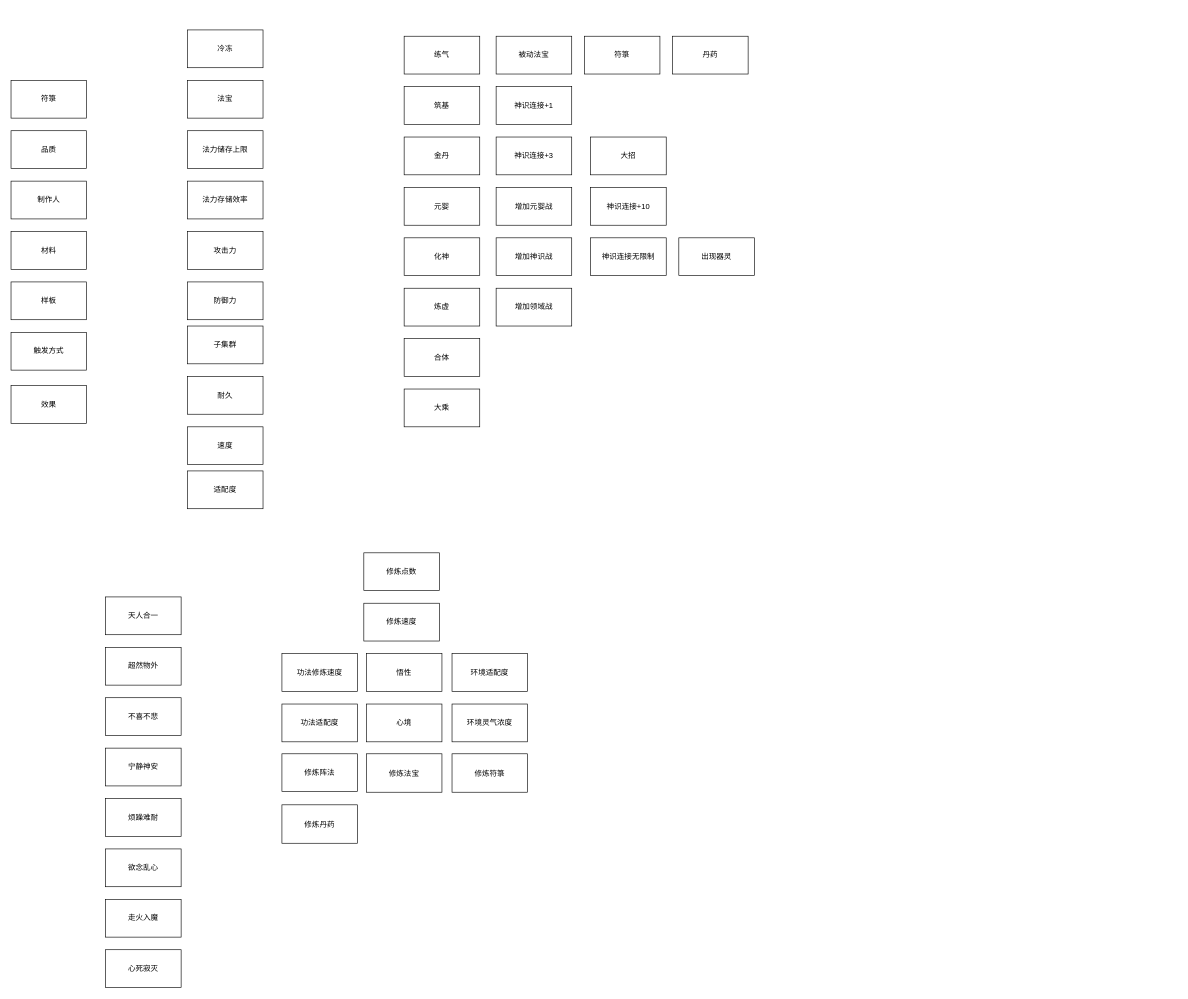
Above: page "境界、法宝属性" (5 of 7) of 流程图/蟋蟀玩法分析.drawio in Karmel5950/NoteBook (draw.io), before the change. Source tidied: cells renumbered, new cells numbered last; positions are measured from the earlier drawing's top-left corner, leaving out a move shared by most shapes. Both pictures are drawn from the tidied source at 63%, with x=0, y=0 at pixel (11, 30).
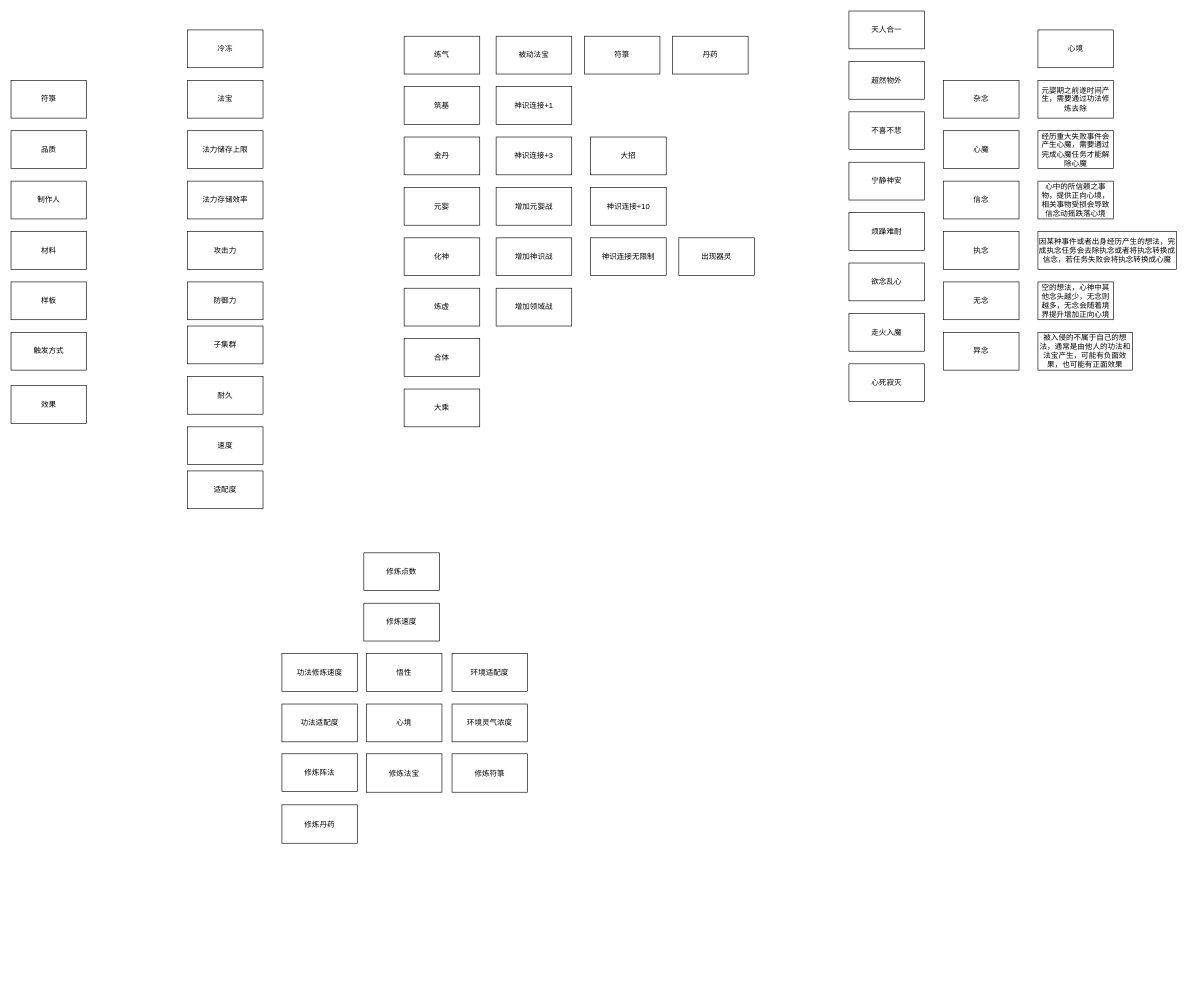
The same page after the edit.

The edit, as a diff of the source:
```diff
@@
     <mxCell id="51" value="天人合一" style="rounded=0;whiteSpace=wrap;html=1;" parent="1" vertex="1">
-      <mxGeometry x="150" y="900" width="120" height="60" as="geometry" />
+      <mxGeometry x="1330" y="-30" width="120" height="60" as="geometry" />
     </mxCell>
     <mxCell id="52" value="超然物外" style="rounded=0;whiteSpace=wrap;html=1;" parent="1" vertex="1">
-      <mxGeometry x="150" y="980" width="120" height="60" as="geometry" />
+      <mxGeometry x="1330" y="50" width="120" height="60" as="geometry" />
     </mxCell>
     <mxCell id="53" value="不喜不悲" style="rounded=0;whiteSpace=wrap;html=1;" parent="1" vertex="1">
-      <mxGeometry x="150" y="1060" width="120" height="60" as="geometry" />
+      <mxGeometry x="1330" y="130" width="120" height="60" as="geometry" />
     </mxCell>
     <mxCell id="54" value="宁静神安" style="rounded=0;whiteSpace=wrap;html=1;" parent="1" vertex="1">
-      <mxGeometry x="150" y="1140" width="120" height="60" as="geometry" />
+      <mxGeometry x="1330" y="210" width="120" height="60" as="geometry" />
     </mxCell>
     <mxCell id="55" value="走火入魔" style="rounded=0;whiteSpace=wrap;html=1;" parent="1" vertex="1">
-      <mxGeometry x="150" y="1380" width="120" height="60" as="geometry" />
+      <mxGeometry x="1330" y="450" width="120" height="60" as="geometry" />
     </mxCell>
     <mxCell id="56" value="烦躁难耐" style="rounded=0;whiteSpace=wrap;html=1;" parent="1" vertex="1">
-      <mxGeometry x="150" y="1220" width="120" height="60" as="geometry" />
+      <mxGeometry x="1330" y="290" width="120" height="60" as="geometry" />
     </mxCell>
     <mxCell id="57" value="欲念乱心" style="rounded=0;whiteSpace=wrap;html=1;" parent="1" vertex="1">
-      <mxGeometry x="150" y="1300" width="120" height="60" as="geometry" />
+      <mxGeometry x="1330" y="370" width="120" height="60" as="geometry" />
     </mxCell>
     <mxCell id="58" value="心死寂灭" style="rounded=0;whiteSpace=wrap;html=1;" parent="1" vertex="1">
-      <mxGeometry x="150" y="1460" width="120" height="60" as="geometry" />
+      <mxGeometry x="1330" y="530" width="120" height="60" as="geometry" />
     </mxCell>
+    <mxCell id="59" value="心境" style="rounded=0;whiteSpace=wrap;html=1;" parent="1" vertex="1">
+      <mxGeometry x="1630" width="120" height="60" as="geometry" />
+    </mxCell>
+    <mxCell id="60" value="杂念" style="rounded=0;whiteSpace=wrap;html=1;" parent="1" vertex="1">
+      <mxGeometry x="1480" y="80" width="120" height="60" as="geometry" />
+    </mxCell>
+    <mxCell id="61" value="执念" style="rounded=0;whiteSpace=wrap;html=1;" parent="1" vertex="1">
+      <mxGeometry x="1480" y="320" width="120" height="60" as="geometry" />
+    </mxCell>
+    <mxCell id="62" value="心魔" style="rounded=0;whiteSpace=wrap;html=1;" parent="1" vertex="1">
+      <mxGeometry x="1480" y="160" width="120" height="60" as="geometry" />
+    </mxCell>
+    <mxCell id="63" value="信念" style="rounded=0;whiteSpace=wrap;html=1;" parent="1" vertex="1">
+      <mxGeometry x="1480" y="240" width="120" height="60" as="geometry" />
+    </mxCell>
+    <mxCell id="64" value="元婴期之前遂时间产生，需要通过功法修炼去除" style="rounded=0;whiteSpace=wrap;html=1;" parent="1" vertex="1">
+      <mxGeometry x="1630" y="80" width="120" height="60" as="geometry" />
+    </mxCell>
+    <mxCell id="65" value="经历重大失败事件会产生心魔，需要通过完成心魔任务才能解除心魔" style="rounded=0;whiteSpace=wrap;html=1;" parent="1" vertex="1">
+      <mxGeometry x="1630" y="160" width="120" height="60" as="geometry" />
+    </mxCell>
+    <mxCell id="66" value="心中的所信赖之事物，提供正向心境，相关事物受损会导致信念动摇跌落心境" style="rounded=0;whiteSpace=wrap;html=1;" parent="1" vertex="1">
+      <mxGeometry x="1630" y="240" width="120" height="60" as="geometry" />
+    </mxCell>
+    <mxCell id="67" value="因某种事件或者出身经历产生的想法，完成执念任务会去除执念或者将执念转换成信念，若任务失败会将执念转换成心魔" style="rounded=0;whiteSpace=wrap;html=1;" parent="1" vertex="1">
+      <mxGeometry x="1630" y="320" width="220" height="60" as="geometry" />
+    </mxCell>
+    <mxCell id="68" value="无念" style="rounded=0;whiteSpace=wrap;html=1;" parent="1" vertex="1">
+      <mxGeometry x="1480" y="400" width="120" height="60" as="geometry" />
+    </mxCell>
+    <mxCell id="69" value="空的想法，心神中其他念头越少，无念则越多，无念会随着境界提升增加正向心境" style="rounded=0;whiteSpace=wrap;html=1;" parent="1" vertex="1">
+      <mxGeometry x="1630" y="400" width="120" height="60" as="geometry" />
+    </mxCell>
+    <mxCell id="70" value="异念" style="rounded=0;whiteSpace=wrap;html=1;" parent="1" vertex="1">
+      <mxGeometry x="1480" y="480" width="120" height="60" as="geometry" />
+    </mxCell>
+    <mxCell id="71" value="被入侵的不属于自己的想法，通常是由他人的功法和法宝产生，可能有负面效果，也可能有正面效果" style="rounded=0;whiteSpace=wrap;html=1;" parent="1" vertex="1">
+      <mxGeometry x="1630" y="480" width="150" height="60" as="geometry" />
+    </mxCell>
```
